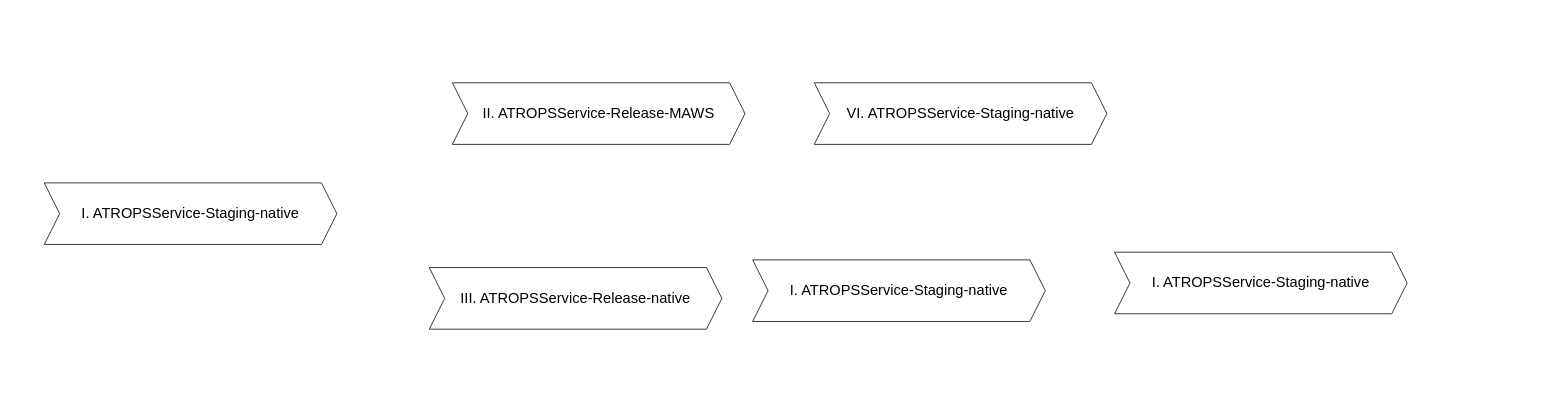
Above: page "v2 - weekly code release" (14 of 14) of NAWS_ready_two_pipelines.drawio in PQMeng/draw.io-source-files (draw.io), before the change. Source tidied: cells renumbered, new cells numbered last; positions are measured from the earlier drawing's top-left corner, leaving out a move shared by most shapes. Both pictures are drawn from the tidied source at 77%, with x=0, y=0 at pixel (44, 82).
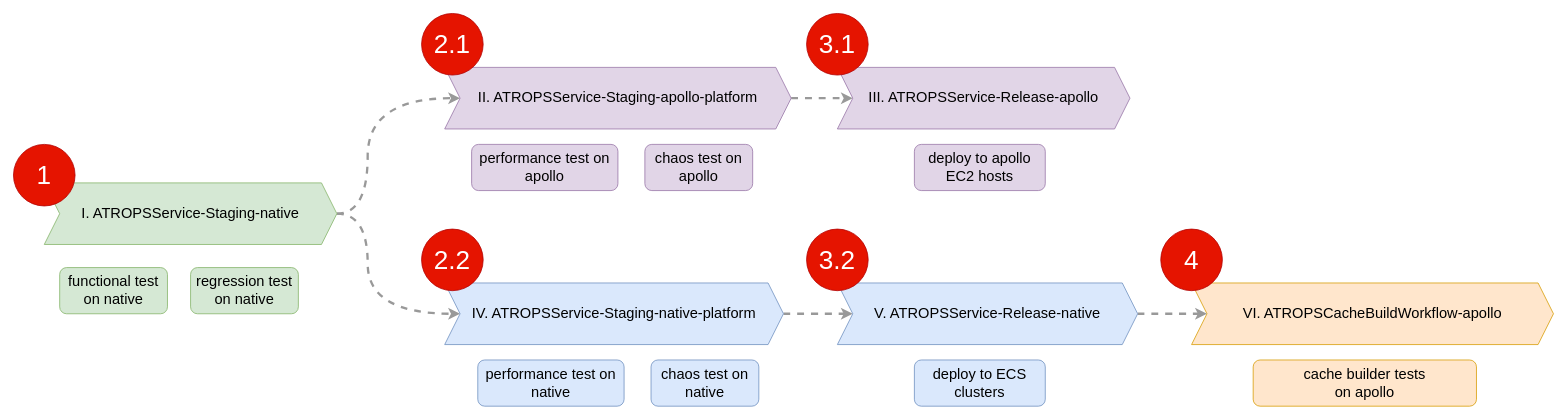
Above is the later version.

What changed in the source:
```diff
@@
+    <mxCell id="8" style="edgeStyle=orthogonalEdgeStyle;curved=1;rounded=0;jettySize=auto;html=1;exitX=1;exitY=0.5;exitDx=0;exitDy=0;entryX=0;entryY=0.5;entryDx=0;entryDy=0;dashed=1;fontSize=19;fontColor=#000000;strokeColor=#999999;strokeWidth=3;elbow=vertical;" parent="1" edge="1" source="2" target="3">
+      <mxGeometry relative="1" as="geometry">
+        <Array as="points">
+          <mxPoint x="420" y="170" />
+          <mxPoint x="420" y="20" />
+        </Array>
+      </mxGeometry>
+    </mxCell>
+    <mxCell id="9" style="edgeStyle=orthogonalEdgeStyle;curved=1;rounded=0;jettySize=auto;html=1;exitX=1;exitY=0.5;exitDx=0;exitDy=0;entryX=0;entryY=0.5;entryDx=0;entryDy=0;dashed=1;fontSize=19;fontColor=#000000;strokeColor=#999999;strokeWidth=3;elbow=vertical;" parent="1" edge="1" source="2" target="4">
+      <mxGeometry relative="1" as="geometry">
+        <Array as="points">
+          <mxPoint x="420" y="170" />
+          <mxPoint x="420" y="300" />
+        </Array>
+      </mxGeometry>
+    </mxCell>
-    <mxCell id="2" value="&lt;span&gt;I. ATROPSService-Staging-native&lt;/span&gt;" style="shape=step;perimeter=stepPerimeter;whiteSpace=wrap;html=1;fixedSize=1;fontSize=19;fontColor=#000000;" parent="1" vertex="1">
+    <mxCell id="2" value="&lt;span&gt;I. ATROPSService-Staging-native&lt;/span&gt;" style="shape=step;perimeter=stepPerimeter;whiteSpace=wrap;html=1;fixedSize=1;fontSize=19;fillColor=#d5e8d4;strokeColor=#82b366;" parent="1" vertex="1">
       <mxGeometry y="130" width="380" height="80" as="geometry" />
     </mxCell>
+    <mxCell id="10" style="edgeStyle=orthogonalEdgeStyle;curved=1;rounded=0;jettySize=auto;html=1;exitX=1;exitY=0.5;exitDx=0;exitDy=0;entryX=0;entryY=0.5;entryDx=0;entryDy=0;dashed=1;fontSize=19;fontColor=#000000;strokeColor=#999999;strokeWidth=3;elbow=vertical;" parent="1" edge="1" source="3" target="5">
+      <mxGeometry relative="1" as="geometry" />
+    </mxCell>
-    <mxCell id="3" value="II. ATROPSService-Release-MAWS" style="shape=step;perimeter=stepPerimeter;whiteSpace=wrap;html=1;fixedSize=1;fontSize=19;fontColor=#000000;" parent="1" vertex="1">
-      <mxGeometry x="530" width="380" height="80" as="geometry" />
+    <mxCell id="3" value="II. ATROPSService-Staging-apollo-platform" style="shape=step;perimeter=stepPerimeter;whiteSpace=wrap;html=1;fixedSize=1;fontSize=19;fillColor=#e1d5e7;strokeColor=#9673a6;" parent="1" vertex="1">
+      <mxGeometry x="520" y="-20" width="450" height="80" as="geometry" />
     </mxCell>
+    <mxCell id="11" style="edgeStyle=orthogonalEdgeStyle;curved=1;rounded=0;jettySize=auto;html=1;exitX=1;exitY=0.5;exitDx=0;exitDy=0;dashed=1;fontSize=19;fontColor=#000000;strokeColor=#999999;strokeWidth=3;elbow=vertical;" parent="1" edge="1" source="4" target="7">
+      <mxGeometry relative="1" as="geometry" />
+    </mxCell>
-    <mxCell id="4" value="&lt;span&gt;III. ATROPSService-Release-native&lt;/span&gt;" style="shape=step;perimeter=stepPerimeter;whiteSpace=wrap;html=1;fixedSize=1;fontSize=19;fontColor=#000000;" parent="1" vertex="1">
-      <mxGeometry x="500" y="240" width="380" height="80" as="geometry" />
+    <mxCell id="4" value="IV. ATROPSService-Staging-native-platform" style="shape=step;perimeter=stepPerimeter;whiteSpace=wrap;html=1;fixedSize=1;fontSize=19;fillColor=#dae8fc;strokeColor=#6c8ebf;" parent="1" vertex="1">
+      <mxGeometry x="520" y="260" width="440" height="80" as="geometry" />
     </mxCell>
-    <mxCell id="5" value="&lt;span&gt;VI. ATROPSService-Staging-native&lt;/span&gt;" style="shape=step;perimeter=stepPerimeter;whiteSpace=wrap;html=1;fixedSize=1;fontSize=19;fontColor=#000000;" parent="1" vertex="1">
-      <mxGeometry x="1000" width="380" height="80" as="geometry" />
+    <mxCell id="5" value="&lt;span&gt;III. ATROPSService-Release-apollo&lt;/span&gt;" style="shape=step;perimeter=stepPerimeter;whiteSpace=wrap;html=1;fixedSize=1;fontSize=19;fillColor=#e1d5e7;strokeColor=#9673a6;" parent="1" vertex="1">
+      <mxGeometry x="1030" y="-20" width="380" height="80" as="geometry" />
     </mxCell>
-    <mxCell id="6" value="&lt;span&gt;I. ATROPSService-Staging-native&lt;/span&gt;" style="shape=step;perimeter=stepPerimeter;whiteSpace=wrap;html=1;fixedSize=1;fontSize=19;fontColor=#000000;" parent="1" vertex="1">
-      <mxGeometry x="1390" y="220" width="380" height="80" as="geometry" />
+    <mxCell id="6" value="&lt;span&gt;VI. ATROPSCacheBuildWorkflow-apollo&lt;/span&gt;" style="shape=step;perimeter=stepPerimeter;whiteSpace=wrap;html=1;fixedSize=1;fontSize=19;fillColor=#ffe6cc;strokeColor=#d79b00;" parent="1" vertex="1">
+      <mxGeometry x="1490" y="260" width="470" height="80" as="geometry" />
     </mxCell>
+    <mxCell id="12" style="edgeStyle=orthogonalEdgeStyle;curved=1;rounded=0;jettySize=auto;html=1;exitX=1;exitY=0.5;exitDx=0;exitDy=0;dashed=1;fontSize=19;fontColor=#000000;strokeColor=#999999;strokeWidth=3;elbow=vertical;" parent="1" edge="1" source="7" target="6">
+      <mxGeometry relative="1" as="geometry" />
+    </mxCell>
-    <mxCell id="7" value="&lt;span&gt;I. ATROPSService-Staging-native&lt;/span&gt;" style="shape=step;perimeter=stepPerimeter;whiteSpace=wrap;html=1;fixedSize=1;fontSize=19;fontColor=#000000;" parent="1" vertex="1">
-      <mxGeometry x="920" y="230" width="380" height="80" as="geometry" />
+    <mxCell id="7" value="&lt;span&gt;V. ATROPSService-Release-native&lt;/span&gt;" style="shape=step;perimeter=stepPerimeter;whiteSpace=wrap;html=1;fixedSize=1;fontSize=19;fillColor=#dae8fc;strokeColor=#6c8ebf;" parent="1" vertex="1">
+      <mxGeometry x="1030" y="260" width="390" height="80" as="geometry" />
     </mxCell>
+    <mxCell id="13" value="functional test on native" style="rounded=1;whiteSpace=wrap;html=1;fontSize=19;fillColor=#d5e8d4;strokeColor=#82b366;" parent="1" vertex="1">
+      <mxGeometry x="20" y="240" width="140" height="60" as="geometry" />
+    </mxCell>
+    <mxCell id="14" value="regression test on native" style="rounded=1;whiteSpace=wrap;html=1;fontSize=19;fillColor=#d5e8d4;strokeColor=#82b366;" parent="1" vertex="1">
+      <mxGeometry x="190" y="240" width="140" height="60" as="geometry" />
+    </mxCell>
+    <mxCell id="15" value="performance test on apollo" style="rounded=1;whiteSpace=wrap;html=1;fontSize=19;fillColor=#e1d5e7;strokeColor=#9673a6;" parent="1" vertex="1">
+      <mxGeometry x="555" y="80" width="190" height="60" as="geometry" />
+    </mxCell>
+    <mxCell id="16" value="chaos test on apollo" style="rounded=1;whiteSpace=wrap;html=1;fontSize=19;fillColor=#e1d5e7;strokeColor=#9673a6;" parent="1" vertex="1">
+      <mxGeometry x="780" y="80" width="140" height="60" as="geometry" />
+    </mxCell>
+    <mxCell id="17" value="performance test on native" style="rounded=1;whiteSpace=wrap;html=1;fontSize=19;fillColor=#dae8fc;strokeColor=#6c8ebf;" parent="1" vertex="1">
+      <mxGeometry x="563" y="360" width="190" height="60" as="geometry" />
+    </mxCell>
+    <mxCell id="18" value="chaos test on native" style="rounded=1;whiteSpace=wrap;html=1;fontSize=19;fillColor=#dae8fc;strokeColor=#6c8ebf;" parent="1" vertex="1">
+      <mxGeometry x="788" y="360" width="140" height="60" as="geometry" />
+    </mxCell>
+    <mxCell id="19" value="deploy to apollo EC2 hosts" style="rounded=1;whiteSpace=wrap;html=1;fontSize=19;fillColor=#e1d5e7;strokeColor=#9673a6;" parent="1" vertex="1">
+      <mxGeometry x="1130" y="80" width="170" height="60" as="geometry" />
+    </mxCell>
+    <mxCell id="20" value="deploy to ECS clusters" style="rounded=1;whiteSpace=wrap;html=1;fontSize=19;fillColor=#dae8fc;strokeColor=#6c8ebf;" parent="1" vertex="1">
+      <mxGeometry x="1130" y="360" width="170" height="60" as="geometry" />
+    </mxCell>
+    <mxCell id="21" value="cache builder tests &lt;br&gt;on apollo" style="rounded=1;whiteSpace=wrap;html=1;fontSize=19;fillColor=#ffe6cc;strokeColor=#d79b00;" parent="1" vertex="1">
+      <mxGeometry x="1570" y="360" width="290" height="60" as="geometry" />
+    </mxCell>
+    <mxCell id="22" value="1" style="ellipse;whiteSpace=wrap;html=1;fontSize=34;fillColor=#e51400;strokeColor=#B20000;fontColor=#ffffff;" parent="1" vertex="1">
+      <mxGeometry x="-40" y="80" width="80" height="80" as="geometry" />
+    </mxCell>
+    <mxCell id="23" value="2.1" style="ellipse;whiteSpace=wrap;html=1;fontSize=34;fillColor=#e51400;strokeColor=#B20000;fontColor=#ffffff;" parent="1" vertex="1">
+      <mxGeometry x="490" y="-90" width="80" height="80" as="geometry" />
+    </mxCell>
+    <mxCell id="24" value="2.2" style="ellipse;whiteSpace=wrap;html=1;fontSize=34;fillColor=#e51400;strokeColor=#B20000;fontColor=#ffffff;" parent="1" vertex="1">
+      <mxGeometry x="490" y="190" width="80" height="80" as="geometry" />
+    </mxCell>
+    <mxCell id="25" value="3.2" style="ellipse;whiteSpace=wrap;html=1;fontSize=34;fillColor=#e51400;strokeColor=#B20000;fontColor=#ffffff;" parent="1" vertex="1">
+      <mxGeometry x="990" y="190" width="80" height="80" as="geometry" />
+    </mxCell>
+    <mxCell id="26" value="3.1" style="ellipse;whiteSpace=wrap;html=1;fontSize=34;fillColor=#e51400;strokeColor=#B20000;fontColor=#ffffff;" parent="1" vertex="1">
+      <mxGeometry x="990" y="-90" width="80" height="80" as="geometry" />
+    </mxCell>
+    <mxCell id="27" value="4" style="ellipse;whiteSpace=wrap;html=1;fontSize=34;fillColor=#e51400;strokeColor=#B20000;fontColor=#ffffff;" parent="1" vertex="1">
+      <mxGeometry x="1450" y="190" width="80" height="80" as="geometry" />
+    </mxCell>
```
